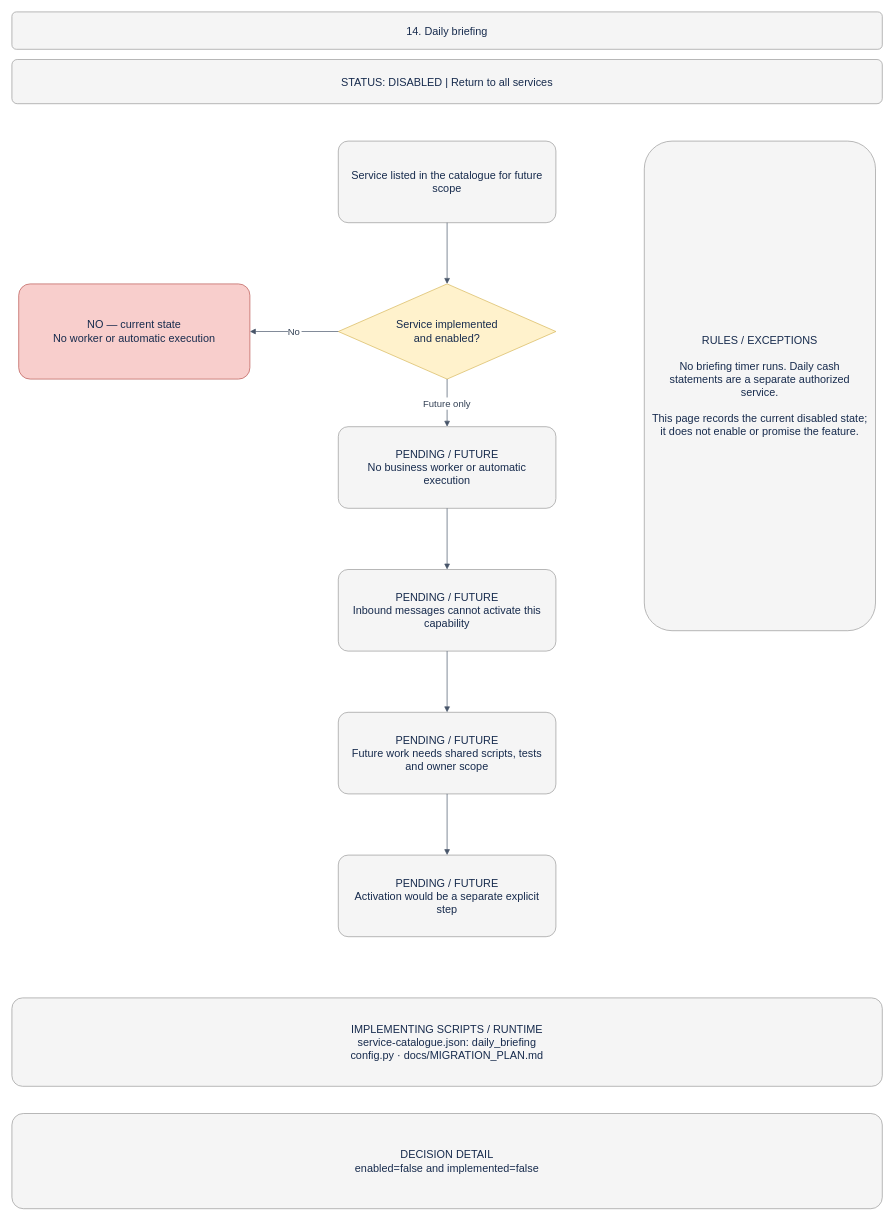
Earlier version of the draw.io diagram page "14 · Daily briefing" (14 of 18) of integration-agent/docs/BUSINESS_PROCESS.drawio (welct0407/MW-Credit-App). Source tidied: cells renumbered, new cells numbered last; positions are measured from the earlier drawing's top-left corner, leaving out a move shared by most shapes. Both pictures are drawn from the tidied source at 68%, with x=0, y=0 at pixel (12, 12).
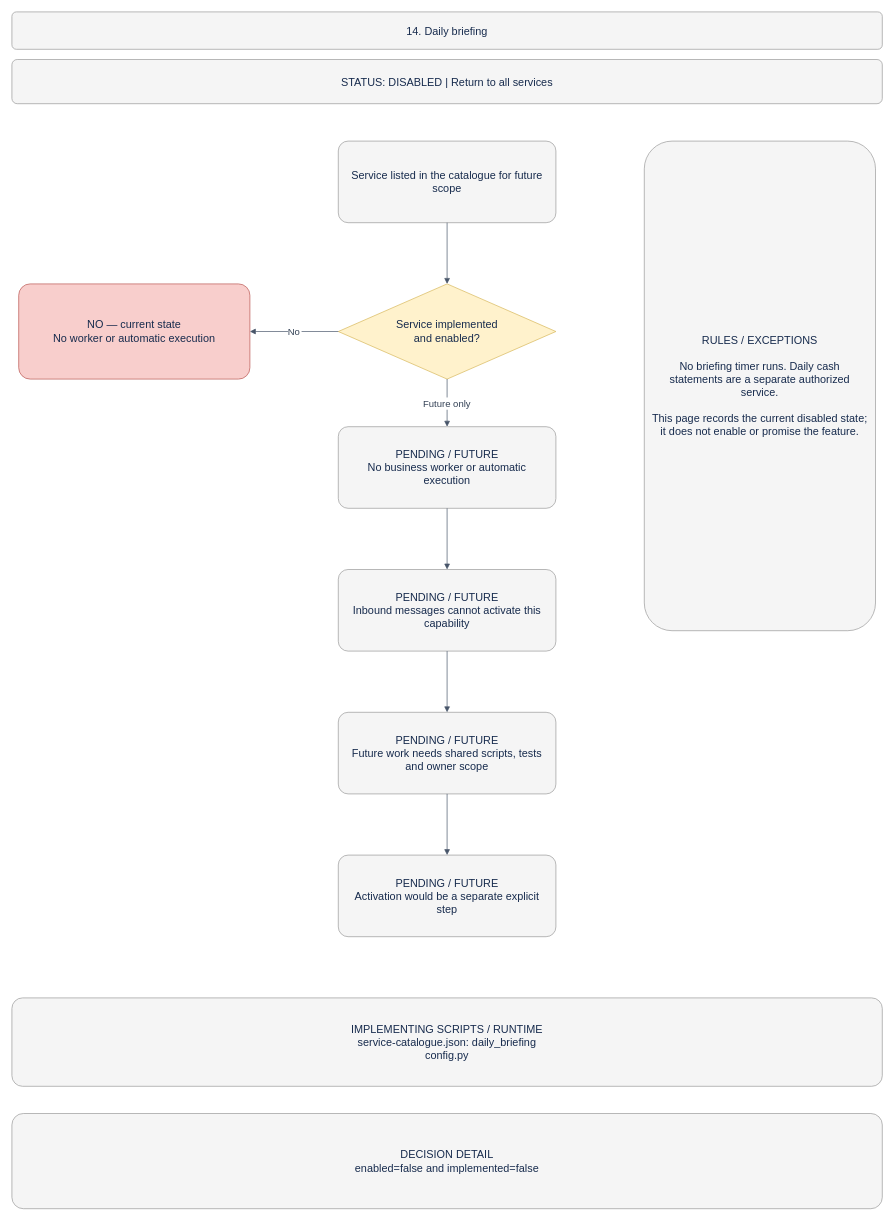
The same page after the edit.

Change to the diagram source:
```diff
@@
 <mxGraphModel>
   <root>
     <mxCell id="0" />
     <mxCell id="1" parent="0" />
     <mxCell id="2" value="14. Daily briefing" style="rounded=1;arcSize=12;whiteSpace=wrap;html=0;fillColor=#f5f5f5;strokeColor=#999999;fontColor=#172b4d;fontSize=16;align=center;verticalAlign=middle;spacing=12;" parent="1" vertex="1">
       <mxGeometry width="1280" height="55" as="geometry" />
     </mxCell>
     <mxCell id="3" value="STATUS: DISABLED  |  Return to all services" style="rounded=1;arcSize=12;whiteSpace=wrap;html=0;fillColor=#f5f5f5;strokeColor=#999999;fontColor=#172b4d;fontSize=16;align=center;verticalAlign=middle;spacing=12;" parent="1" vertex="1">
       <mxGeometry y="70" width="1280" height="65" as="geometry" />
     </mxCell>
     <mxCell id="4" value="Service listed in the catalogue for future scope" style="rounded=1;arcSize=12;whiteSpace=wrap;html=0;fillColor=#f5f5f5;strokeColor=#999999;fontColor=#172b4d;fontSize=16;align=center;verticalAlign=middle;spacing=12;" parent="1" vertex="1">
       <mxGeometry x="480" y="190" width="320" height="120" as="geometry" />
     </mxCell>
     <mxCell id="5" value="Service implemented&#10;and enabled?" style="rhombus;whiteSpace=wrap;html=0;fillColor=#fff2cc;strokeColor=#d6b656;fontColor=#172b4d;fontSize=16;align=center;verticalAlign=middle;spacing=12;" parent="1" vertex="1">
       <mxGeometry x="480" y="400" width="320" height="140" as="geometry" />
     </mxCell>
     <mxCell id="6" style="edgeStyle=orthogonalEdgeStyle;rounded=0;jettySize=auto;html=0;endArrow=block;endFill=1;strokeColor=#475569;fontColor=#334155;fontSize=14;labelBackgroundColor=#ffffff;" parent="1" edge="1" source="4" target="5">
       <mxGeometry relative="1" as="geometry" />
     </mxCell>
     <mxCell id="7" value="PENDING / FUTURE&#10;No business worker or automatic execution" style="rounded=1;arcSize=12;whiteSpace=wrap;html=0;fillColor=#f5f5f5;strokeColor=#999999;fontColor=#172b4d;fontSize=16;align=center;verticalAlign=middle;spacing=12;" parent="1" vertex="1">
       <mxGeometry x="480" y="610" width="320" height="120" as="geometry" />
     </mxCell>
     <mxCell id="8" value="Future only" style="edgeStyle=orthogonalEdgeStyle;rounded=0;jettySize=auto;html=0;endArrow=block;endFill=1;strokeColor=#475569;fontColor=#334155;fontSize=14;labelBackgroundColor=#ffffff;" parent="1" edge="1" source="5" target="7">
       <mxGeometry relative="1" as="geometry" />
     </mxCell>
     <mxCell id="9" value="PENDING / FUTURE&#10;Inbound messages cannot activate this capability" style="rounded=1;arcSize=12;whiteSpace=wrap;html=0;fillColor=#f5f5f5;strokeColor=#999999;fontColor=#172b4d;fontSize=16;align=center;verticalAlign=middle;spacing=12;" parent="1" vertex="1">
       <mxGeometry x="480" y="820" width="320" height="120" as="geometry" />
     </mxCell>
     <mxCell id="10" style="edgeStyle=orthogonalEdgeStyle;rounded=0;jettySize=auto;html=0;endArrow=block;endFill=1;strokeColor=#475569;fontColor=#334155;fontSize=14;labelBackgroundColor=#ffffff;" parent="1" edge="1" source="7" target="9">
       <mxGeometry relative="1" as="geometry" />
     </mxCell>
     <mxCell id="11" value="PENDING / FUTURE&#10;Future work needs shared scripts, tests and owner scope" style="rounded=1;arcSize=12;whiteSpace=wrap;html=0;fillColor=#f5f5f5;strokeColor=#999999;fontColor=#172b4d;fontSize=16;align=center;verticalAlign=middle;spacing=12;" parent="1" vertex="1">
       <mxGeometry x="480" y="1030" width="320" height="120" as="geometry" />
     </mxCell>
     <mxCell id="12" style="edgeStyle=orthogonalEdgeStyle;rounded=0;jettySize=auto;html=0;endArrow=block;endFill=1;strokeColor=#475569;fontColor=#334155;fontSize=14;labelBackgroundColor=#ffffff;" parent="1" edge="1" source="9" target="11">
       <mxGeometry relative="1" as="geometry" />
     </mxCell>
     <mxCell id="13" value="PENDING / FUTURE&#10;Activation would be a separate explicit step" style="rounded=1;arcSize=12;whiteSpace=wrap;html=0;fillColor=#f5f5f5;strokeColor=#999999;fontColor=#172b4d;fontSize=16;align=center;verticalAlign=middle;spacing=12;" parent="1" vertex="1">
       <mxGeometry x="480" y="1240" width="320" height="120" as="geometry" />
     </mxCell>
     <mxCell id="14" style="edgeStyle=orthogonalEdgeStyle;rounded=0;jettySize=auto;html=0;endArrow=block;endFill=1;strokeColor=#475569;fontColor=#334155;fontSize=14;labelBackgroundColor=#ffffff;" parent="1" edge="1" source="11" target="13">
       <mxGeometry relative="1" as="geometry" />
     </mxCell>
     <mxCell id="15" value="NO — current state&#10;No worker or automatic execution" style="rounded=1;arcSize=12;whiteSpace=wrap;html=0;fillColor=#f8cecc;strokeColor=#b85450;fontColor=#172b4d;fontSize=16;align=center;verticalAlign=middle;spacing=12;" parent="1" vertex="1">
       <mxGeometry x="10" y="400" width="340" height="140" as="geometry" />
     </mxCell>
     <mxCell id="16" value="No" style="edgeStyle=orthogonalEdgeStyle;rounded=0;jettySize=auto;html=0;endArrow=block;endFill=1;strokeColor=#475569;fontColor=#334155;fontSize=14;labelBackgroundColor=#ffffff;" parent="1" edge="1" source="5" target="15">
       <mxGeometry relative="1" as="geometry" />
     </mxCell>
     <mxCell id="17" value="RULES / EXCEPTIONS&#10;&#10;No briefing timer runs. Daily cash statements are a separate authorized service.&#10;&#10;This page records the current disabled state; it does not enable or promise the feature." style="rounded=1;arcSize=12;whiteSpace=wrap;html=0;fillColor=#f5f5f5;strokeColor=#999999;fontColor=#172b4d;fontSize=16;align=center;verticalAlign=middle;spacing=12;" parent="1" vertex="1">
       <mxGeometry x="930" y="190" width="340" height="720" as="geometry" />
     </mxCell>
-    <mxCell id="18" value="IMPLEMENTING SCRIPTS / RUNTIME&#10;service-catalogue.json: daily_briefing&#10;config.py · docs/MIGRATION_PLAN.md" style="rounded=1;arcSize=12;whiteSpace=wrap;html=0;fillColor=#f5f5f5;strokeColor=#999999;fontColor=#172b4d;fontSize=16;align=center;verticalAlign=middle;spacing=12;" parent="1" vertex="1">
+    <mxCell id="18" value="IMPLEMENTING SCRIPTS / RUNTIME&#10;service-catalogue.json: daily_briefing&#10;config.py" style="rounded=1;arcSize=12;whiteSpace=wrap;html=0;fillColor=#f5f5f5;strokeColor=#999999;fontColor=#172b4d;fontSize=16;align=center;verticalAlign=middle;spacing=12;" parent="1" vertex="1">
       <mxGeometry y="1450" width="1280" height="130" as="geometry" />
     </mxCell>
     <mxCell id="19" value="DECISION DETAIL&#10;enabled=false and implemented=false" style="rounded=1;arcSize=12;whiteSpace=wrap;html=0;fillColor=#f5f5f5;strokeColor=#999999;fontColor=#172b4d;fontSize=16;align=center;verticalAlign=middle;spacing=12;" parent="1" vertex="1">
       <mxGeometry y="1620" width="1280" height="140" as="geometry" />
     </mxCell>
   </root>
 </mxGraphModel>
```
